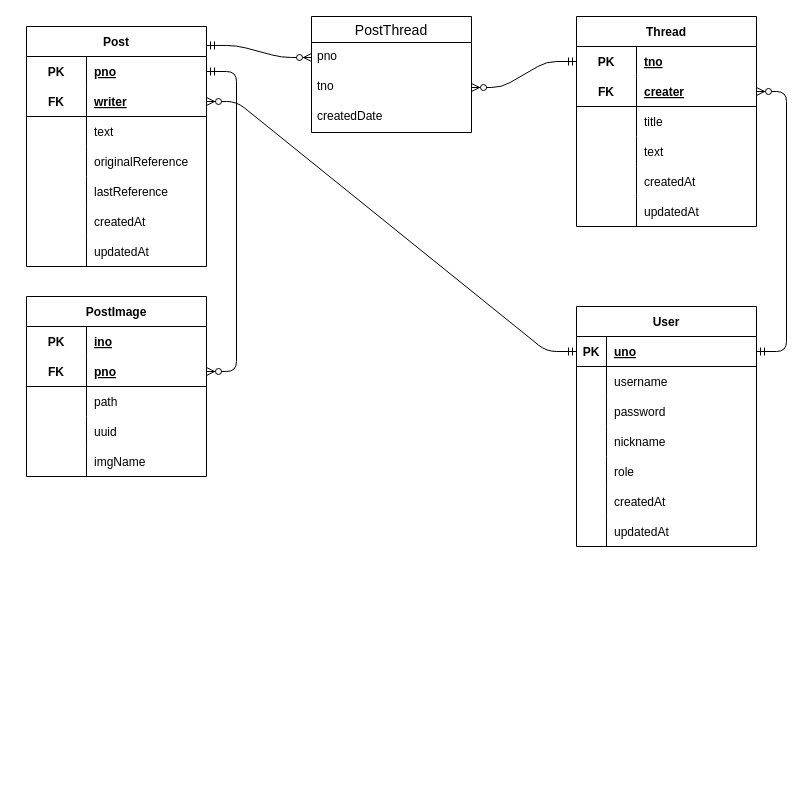
dudgus1286/boardproject keeps this draw.io diagram as drawio/post_thread.drawio. Above is the earlier version. Source tidied: cells renumbered, new cells numbered last; positions are measured from the earlier drawing's top-left corner, leaving out a move shared by most shapes. Both pictures are drawn from the tidied source at 100%, with x=0, y=0 at pixel (26, 16).
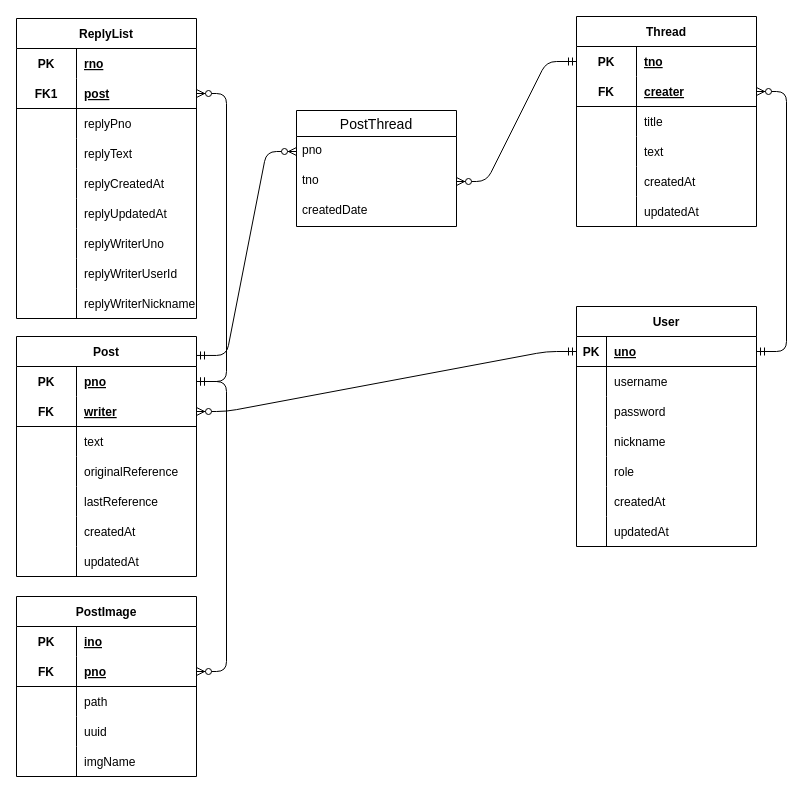
The same diagram, later.

The change refers to these unchanged cells:
```xml
<mxCell id="22" style="shape=tableRow;horizontal=0;startSize=0;swimlaneHead=0;swimlaneBody=0;fillColor=none;points=[[0,0.5],[1,0.5]];portConstraint=eastwest;top=0;left=0;right=0;bottom=0;" parent="21" vertex="1">
  <mxGeometry y="30" width="180" height="30" as="geometry" />
</mxCell>
```

The edit, as a diff of the source:
```diff
@@
     <mxCell id="21" value="Post" style="shape=table;startSize=30;childLayout=tableLayout;rowLines=0;fontStyle=1;align=center;" parent="1" vertex="1">
-      <mxGeometry y="10" width="180" height="240" as="geometry" />
+      <mxGeometry x="-10" y="320" width="180" height="240" as="geometry" />
     </mxCell>
@@
     <mxCell id="65" value="PostImage" style="shape=table;startSize=30;childLayout=tableLayout;rowLines=0;fontStyle=1;align=center;" parent="1" vertex="1">
-      <mxGeometry y="280" width="180" height="180" as="geometry" />
+      <mxGeometry x="-10" y="580" width="180" height="180" as="geometry" />
     </mxCell>
@@
     <mxCell id="81" value="PostThread" style="swimlane;fontStyle=0;horizontal=1;startSize=26;align=center;fontSize=14;" parent="1" vertex="1">
-      <mxGeometry x="285" width="160" height="116" as="geometry" />
+      <mxGeometry x="270" y="94" width="160" height="116" as="geometry" />
     </mxCell>
@@
+    <mxCell id="90" value="ReplyList" style="shape=table;startSize=30;childLayout=tableLayout;rowLines=0;fontStyle=1;align=center;" parent="1" vertex="1">
+      <mxGeometry x="-10" y="2" width="180" height="300" as="geometry" />
+    </mxCell>
+    <mxCell id="91" style="shape=tableRow;horizontal=0;startSize=0;swimlaneHead=0;swimlaneBody=0;fillColor=none;top=0;left=0;right=0;bottom=0;" parent="90" vertex="1">
+      <mxGeometry y="30" width="180" height="30" as="geometry" />
+    </mxCell>
+    <mxCell id="92" value="PK" style="shape=partialRectangle;fillColor=none;top=0;left=0;bottom=0;right=0;fontStyle=1;overflow=hidden;" parent="91" vertex="1">
+      <mxGeometry width="60" height="30" as="geometry" />
+    </mxCell>
+    <mxCell id="93" value="rno" style="shape=partialRectangle;fillColor=none;top=0;left=0;bottom=0;right=0;align=left;spacingLeft=6;fontStyle=5;overflow=hidden;" parent="91" vertex="1">
+      <mxGeometry x="60" width="120" height="30" as="geometry" />
+    </mxCell>
+    <mxCell id="94" style="shape=tableRow;horizontal=0;startSize=0;swimlaneHead=0;swimlaneBody=0;fillColor=none;points=[[0,0.5],[1,0.5]];portConstraint=eastwest;top=0;left=0;right=0;bottom=1;" parent="90" vertex="1">
+      <mxGeometry y="60" width="180" height="30" as="geometry" />
+    </mxCell>
+    <mxCell id="95" value="FK1" style="shape=partialRectangle;fillColor=none;top=0;left=0;bottom=0;right=0;fontStyle=1;overflow=hidden;" parent="94" vertex="1">
+      <mxGeometry width="60" height="30" as="geometry" />
+    </mxCell>
+    <mxCell id="96" value="post" style="shape=partialRectangle;fillColor=none;top=0;left=0;bottom=0;right=0;align=left;spacingLeft=6;fontStyle=5;overflow=hidden;" parent="94" vertex="1">
+      <mxGeometry x="60" width="120" height="30" as="geometry" />
+    </mxCell>
+    <mxCell id="97" style="shape=tableRow;horizontal=0;startSize=0;swimlaneHead=0;swimlaneBody=0;fillColor=none;top=0;left=0;right=0;bottom=0;" parent="90" vertex="1">
+      <mxGeometry y="90" width="180" height="30" as="geometry" />
+    </mxCell>
+    <mxCell id="98" style="shape=partialRectangle;fillColor=none;top=0;left=0;bottom=0;right=0;overflow=hidden;" parent="97" vertex="1">
+      <mxGeometry width="60" height="30" as="geometry" />
+    </mxCell>
+    <mxCell id="99" value="replyPno" style="shape=partialRectangle;fillColor=none;top=0;left=0;bottom=0;right=0;align=left;spacingLeft=6;overflow=hidden;" parent="97" vertex="1">
+      <mxGeometry x="60" width="120" height="30" as="geometry" />
+    </mxCell>
+    <mxCell id="100" style="shape=tableRow;horizontal=0;startSize=0;swimlaneHead=0;swimlaneBody=0;fillColor=none;top=0;left=0;right=0;bottom=0;" parent="90" vertex="1">
+      <mxGeometry y="120" width="180" height="30" as="geometry" />
+    </mxCell>
+    <mxCell id="101" style="shape=partialRectangle;fillColor=none;top=0;left=0;bottom=0;right=0;overflow=hidden;" parent="100" vertex="1">
+      <mxGeometry width="60" height="30" as="geometry" />
+    </mxCell>
+    <mxCell id="102" value="replyText" style="shape=partialRectangle;fillColor=none;top=0;left=0;bottom=0;right=0;align=left;spacingLeft=6;overflow=hidden;" parent="100" vertex="1">
+      <mxGeometry x="60" width="120" height="30" as="geometry" />
+    </mxCell>
+    <mxCell id="103" style="shape=tableRow;horizontal=0;startSize=0;swimlaneHead=0;swimlaneBody=0;fillColor=none;top=0;left=0;right=0;bottom=0;" parent="90" vertex="1">
+      <mxGeometry y="150" width="180" height="30" as="geometry" />
+    </mxCell>
+    <mxCell id="104" style="shape=partialRectangle;fillColor=none;top=0;left=0;bottom=0;right=0;overflow=hidden;" parent="103" vertex="1">
+      <mxGeometry width="60" height="30" as="geometry" />
+    </mxCell>
+    <mxCell id="105" value="replyCreatedAt" style="shape=partialRectangle;fillColor=none;top=0;left=0;bottom=0;right=0;align=left;spacingLeft=6;overflow=hidden;" parent="103" vertex="1">
+      <mxGeometry x="60" width="120" height="30" as="geometry" />
+    </mxCell>
+    <mxCell id="106" style="shape=tableRow;horizontal=0;startSize=0;swimlaneHead=0;swimlaneBody=0;fillColor=none;top=0;left=0;right=0;bottom=0;" parent="90" vertex="1">
+      <mxGeometry y="180" width="180" height="30" as="geometry" />
+    </mxCell>
+    <mxCell id="107" style="shape=partialRectangle;fillColor=none;top=0;left=0;bottom=0;right=0;overflow=hidden;" parent="106" vertex="1">
+      <mxGeometry width="60" height="30" as="geometry" />
+    </mxCell>
+    <mxCell id="108" value="replyUpdatedAt" style="shape=partialRectangle;fillColor=none;top=0;left=0;bottom=0;right=0;align=left;spacingLeft=6;overflow=hidden;" parent="106" vertex="1">
+      <mxGeometry x="60" width="120" height="30" as="geometry" />
+    </mxCell>
+    <mxCell id="109" style="shape=tableRow;horizontal=0;startSize=0;swimlaneHead=0;swimlaneBody=0;fillColor=none;top=0;left=0;right=0;bottom=0;" parent="90" vertex="1">
+      <mxGeometry y="210" width="180" height="30" as="geometry" />
+    </mxCell>
+    <mxCell id="110" style="shape=partialRectangle;fillColor=none;top=0;left=0;bottom=0;right=0;overflow=hidden;" parent="109" vertex="1">
+      <mxGeometry width="60" height="30" as="geometry" />
+    </mxCell>
+    <mxCell id="111" value="replyWriterUno" style="shape=partialRectangle;fillColor=none;top=0;left=0;bottom=0;right=0;align=left;spacingLeft=6;overflow=hidden;" parent="109" vertex="1">
+      <mxGeometry x="60" width="120" height="30" as="geometry" />
+    </mxCell>
+    <mxCell id="112" style="shape=tableRow;horizontal=0;startSize=0;swimlaneHead=0;swimlaneBody=0;fillColor=none;top=0;left=0;right=0;bottom=0;" parent="90" vertex="1">
+      <mxGeometry y="240" width="180" height="30" as="geometry" />
+    </mxCell>
+    <mxCell id="113" style="shape=partialRectangle;fillColor=none;top=0;left=0;bottom=0;right=0;overflow=hidden;" parent="112" vertex="1">
+      <mxGeometry width="60" height="30" as="geometry" />
+    </mxCell>
+    <mxCell id="114" value="replyWriterUserId" style="shape=partialRectangle;fillColor=none;top=0;left=0;bottom=0;right=0;align=left;spacingLeft=6;overflow=hidden;" parent="112" vertex="1">
+      <mxGeometry x="60" width="120" height="30" as="geometry" />
+    </mxCell>
+    <mxCell id="115" style="shape=tableRow;horizontal=0;startSize=0;swimlaneHead=0;swimlaneBody=0;fillColor=none;top=0;left=0;right=0;bottom=0;" parent="90" vertex="1">
+      <mxGeometry y="270" width="180" height="30" as="geometry" />
+    </mxCell>
+    <mxCell id="116" style="shape=partialRectangle;fillColor=none;top=0;left=0;bottom=0;right=0;overflow=hidden;" parent="115" vertex="1">
+      <mxGeometry width="60" height="30" as="geometry" />
+    </mxCell>
+    <mxCell id="117" value="replyWriterNickname" style="shape=partialRectangle;fillColor=none;top=0;left=0;bottom=0;right=0;align=left;spacingLeft=6;overflow=hidden;" parent="115" vertex="1">
+      <mxGeometry x="60" width="120" height="30" as="geometry" />
+    </mxCell>
+    <mxCell id="118" style="edgeStyle=entityRelationEdgeStyle;fontSize=12;html=1;endArrow=ERzeroToMany;startArrow=ERmandOne;exitX=1;exitY=0.5;exitDx=0;exitDy=0;entryX=1;entryY=0.5;entryDx=0;entryDy=0;" parent="1" edge="1" source="22" target="94">
+      <mxGeometry relative="1" as="geometry" />
+    </mxCell>
```
